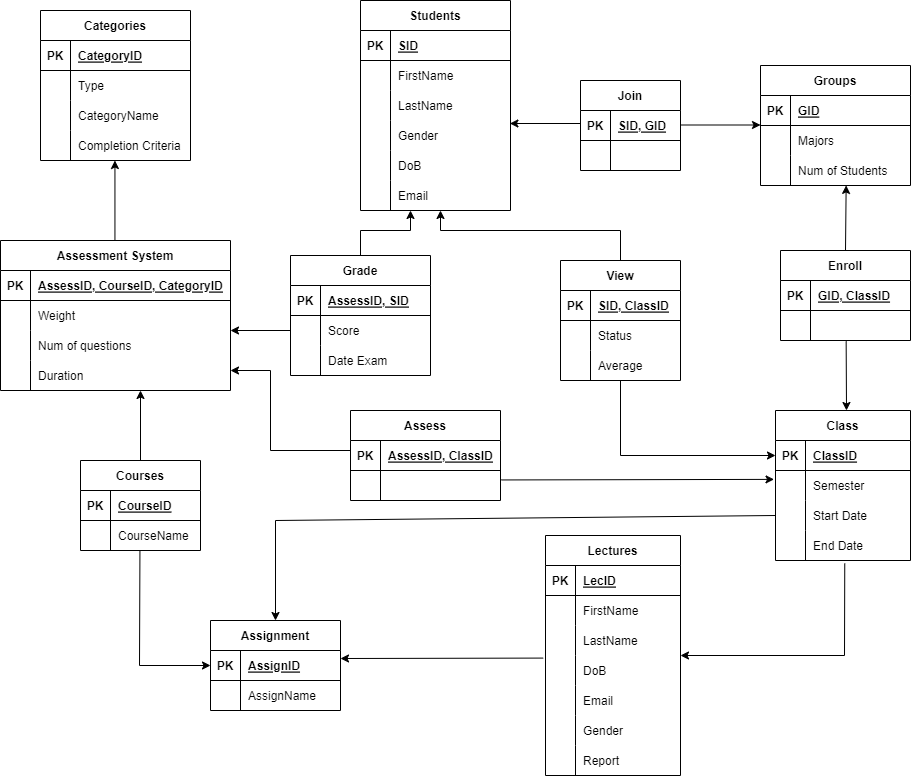
Vovietmanh/DBI202-MyAssignment keeps this draw.io diagram as Model Diagram.drawio.png. Above is the earlier version. Source tidied: cells renumbered, new cells last; positions are measured from the earlier drawing's top-left corner, leaving out a move shared by most shapes.
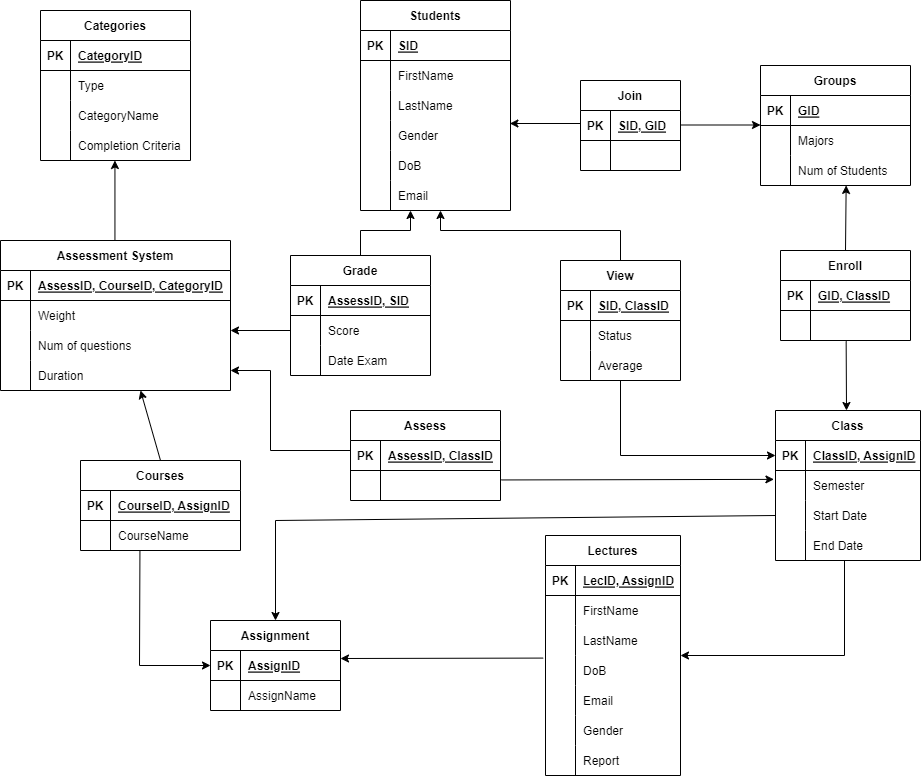
After the commit.

Change to the diagram source:
```diff
@@ -151,46 +151,47 @@
       </mxGeometry>
     </mxCell>
     <mxCell id="49" value="Class" style="shape=table;startSize=30;rowLines=0;fontStyle=1;align=center;" parent="1" vertex="1">
-      <mxGeometry x="775" y="410" width="135" height="150" as="geometry" />
+      <mxGeometry x="775" y="410" width="145" height="150" as="geometry" />
     </mxCell>
     <mxCell id="50" style="shape=tableRow;horizontal=0;startSize=0;swimlaneHead=0;swimlaneBody=0;fillColor=none;points=[[0,0.5],[1,0.5]];portConstraint=eastwest;top=0;left=0;right=0;bottom=1;" parent="49" vertex="1">
-      <mxGeometry y="30" width="135" height="30" as="geometry" />
+      <mxGeometry y="30" width="145" height="30" as="geometry" />
     </mxCell>
     <mxCell id="51" value="PK" style="shape=partialRectangle;fillColor=none;top=0;left=0;bottom=0;right=0;fontStyle=1;overflow=hidden;" parent="50" vertex="1">
       <mxGeometry width="30" height="30" as="geometry" />
     </mxCell>
-    <mxCell id="52" value="ClassID" style="shape=partialRectangle;fillColor=none;top=0;left=0;bottom=0;right=0;align=left;spacingLeft=6;fontStyle=5;overflow=hidden;" parent="50" vertex="1">
-      <mxGeometry x="30" width="105" height="30" as="geometry" />
+    <mxCell id="52" value="ClassID, AssignID" style="shape=partialRectangle;fillColor=none;top=0;left=0;bottom=0;right=0;align=left;spacingLeft=6;fontStyle=5;overflow=hidden;" parent="50" vertex="1">
+      <mxGeometry x="30" width="115" height="30" as="geometry" />
     </mxCell>
     <mxCell id="53" style="shape=tableRow;horizontal=0;startSize=0;swimlaneHead=0;swimlaneBody=0;fillColor=none;points=[[0,0.5],[1,0.5]];portConstraint=eastwest;top=0;left=0;right=0;bottom=0;" parent="49" vertex="1">
-      <mxGeometry y="60" width="135" height="30" as="geometry" />
+      <mxGeometry y="60" width="145" height="30" as="geometry" />
     </mxCell>
     <mxCell id="54" style="shape=partialRectangle;fillColor=none;top=0;left=0;bottom=0;right=0;overflow=hidden;" parent="53" vertex="1">
       <mxGeometry width="30" height="30" as="geometry" />
     </mxCell>
     <mxCell id="55" value="Semester" style="shape=partialRectangle;fillColor=none;top=0;left=0;bottom=0;right=0;align=left;spacingLeft=6;overflow=hidden;" parent="53" vertex="1">
-      <mxGeometry x="30" width="105" height="30" as="geometry" />
+      <mxGeometry x="30" width="115" height="30" as="geometry" />
     </mxCell>
     <mxCell id="56" style="shape=tableRow;horizontal=0;startSize=0;swimlaneHead=0;swimlaneBody=0;fillColor=none;points=[[0,0.5],[1,0.5]];portConstraint=eastwest;top=0;left=0;right=0;bottom=0;" parent="49" vertex="1">
-      <mxGeometry y="90" width="135" height="30" as="geometry" />
+      <mxGeometry y="90" width="145" height="30" as="geometry" />
     </mxCell>
     <mxCell id="57" style="shape=partialRectangle;fillColor=none;top=0;left=0;bottom=0;right=0;overflow=hidden;" parent="56" vertex="1">
       <mxGeometry width="30" height="30" as="geometry" />
     </mxCell>
     <mxCell id="58" value="Start Date" style="shape=partialRectangle;fillColor=none;top=0;left=0;bottom=0;right=0;align=left;spacingLeft=6;overflow=hidden;" parent="56" vertex="1">
-      <mxGeometry x="30" width="105" height="30" as="geometry" />
+      <mxGeometry x="30" width="115" height="30" as="geometry" />
     </mxCell>
     <mxCell id="59" style="shape=tableRow;horizontal=0;startSize=0;swimlaneHead=0;swimlaneBody=0;fillColor=none;points=[[0,0.5],[1,0.5]];portConstraint=eastwest;top=0;left=0;right=0;bottom=0;" parent="49" vertex="1">
-      <mxGeometry y="120" width="135" height="30" as="geometry" />
+      <mxGeometry y="120" width="145" height="30" as="geometry" />
     </mxCell>
     <mxCell id="60" style="shape=partialRectangle;fillColor=none;top=0;left=0;bottom=0;right=0;overflow=hidden;" parent="59" vertex="1">
       <mxGeometry width="30" height="30" as="geometry" />
     </mxCell>
     <mxCell id="61" value="End Date" style="shape=partialRectangle;fillColor=none;top=0;left=0;bottom=0;right=0;align=left;spacingLeft=6;overflow=hidden;" parent="59" vertex="1">
-      <mxGeometry x="30" width="105" height="30" as="geometry" />
+      <mxGeometry x="30" width="115" height="30" as="geometry" />
     </mxCell>
-    <mxCell id="62" style="endArrow=classic;html=1;rounded=0;exitX=0.513;exitY=1.099;exitDx=0;exitDy=0;exitPerimeter=0;" parent="1" edge="1" source="59">
+    <mxCell id="62" style="endArrow=classic;html=1;rounded=0;" parent="1" edge="1">
       <mxGeometry relative="1" as="geometry">
+        <mxPoint x="844" y="560" as="sourcePoint" />
         <mxPoint x="680" y="655" as="targetPoint" />
         <Array as="points">
           <mxPoint x="844" y="655" />
@@ -206,7 +207,7 @@
     <mxCell id="65" value="PK" style="shape=partialRectangle;fillColor=none;top=0;left=0;bottom=0;right=0;fontStyle=1;overflow=hidden;" parent="64" vertex="1">
       <mxGeometry width="30" height="30" as="geometry" />
     </mxCell>
-    <mxCell id="66" value="LecID" style="shape=partialRectangle;fillColor=none;top=0;left=0;bottom=0;right=0;align=left;spacingLeft=6;fontStyle=5;overflow=hidden;" parent="64" vertex="1">
+    <mxCell id="66" value="LecID, AssignID" style="shape=partialRectangle;fillColor=none;top=0;left=0;bottom=0;right=0;align=left;spacingLeft=6;fontStyle=5;overflow=hidden;" parent="64" vertex="1">
       <mxGeometry x="30" width="105" height="30" as="geometry" />
     </mxCell>
     <mxCell id="67" style="shape=tableRow;horizontal=0;startSize=0;swimlaneHead=0;swimlaneBody=0;fillColor=none;top=0;left=0;right=0;bottom=0;" parent="63" vertex="1">
@@ -290,25 +291,25 @@
       <mxGeometry x="30" width="100" height="30" as="geometry" />
     </mxCell>
     <mxCell id="93" value="Courses" style="shape=table;startSize=30;rowLines=0;fontStyle=1;align=center;" parent="1" vertex="1">
-      <mxGeometry x="80" y="460" width="120" height="90" as="geometry" />
+      <mxGeometry x="80" y="460" width="160" height="90" as="geometry" />
     </mxCell>
     <mxCell id="94" style="shape=tableRow;horizontal=0;startSize=0;swimlaneHead=0;swimlaneBody=0;fillColor=none;top=0;left=0;right=0;bottom=1;" parent="93" vertex="1">
-      <mxGeometry y="30" width="120" height="30" as="geometry" />
+      <mxGeometry y="30" width="160" height="30" as="geometry" />
     </mxCell>
     <mxCell id="95" value="PK" style="shape=partialRectangle;fillColor=none;top=0;left=0;bottom=0;right=0;fontStyle=1;overflow=hidden;" parent="94" vertex="1">
       <mxGeometry width="30" height="30" as="geometry" />
     </mxCell>
-    <mxCell id="96" value="CourseID" style="shape=partialRectangle;fillColor=none;top=0;left=0;bottom=0;right=0;align=left;spacingLeft=6;fontStyle=5;overflow=hidden;" parent="94" vertex="1">
-      <mxGeometry x="30" width="90" height="30" as="geometry" />
+    <mxCell id="96" value="CourseID, AssignID" style="shape=partialRectangle;fillColor=none;top=0;left=0;bottom=0;right=0;align=left;spacingLeft=6;fontStyle=5;overflow=hidden;" parent="94" vertex="1">
+      <mxGeometry x="30" width="130" height="30" as="geometry" />
     </mxCell>
     <mxCell id="97" style="shape=tableRow;horizontal=0;startSize=0;swimlaneHead=0;swimlaneBody=0;fillColor=none;top=0;left=0;right=0;bottom=0;" parent="93" vertex="1">
-      <mxGeometry y="60" width="120" height="30" as="geometry" />
+      <mxGeometry y="60" width="160" height="30" as="geometry" />
     </mxCell>
     <mxCell id="98" style="shape=partialRectangle;fillColor=none;top=0;left=0;bottom=0;right=0;overflow=hidden;" parent="97" vertex="1">
       <mxGeometry width="30" height="30" as="geometry" />
     </mxCell>
     <mxCell id="99" value="CourseName" style="shape=partialRectangle;fillColor=none;top=0;left=0;bottom=0;right=0;align=left;spacingLeft=6;overflow=hidden;" parent="97" vertex="1">
-      <mxGeometry x="30" width="90" height="30" as="geometry" />
+      <mxGeometry x="30" width="130" height="30" as="geometry" />
     </mxCell>
     <mxCell id="100" value="Assessment System" style="shape=table;startSize=30;rowLines=0;fontStyle=1;align=center;" parent="1" vertex="1">
       <mxGeometry y="240" width="230" height="150" as="geometry" />
```
